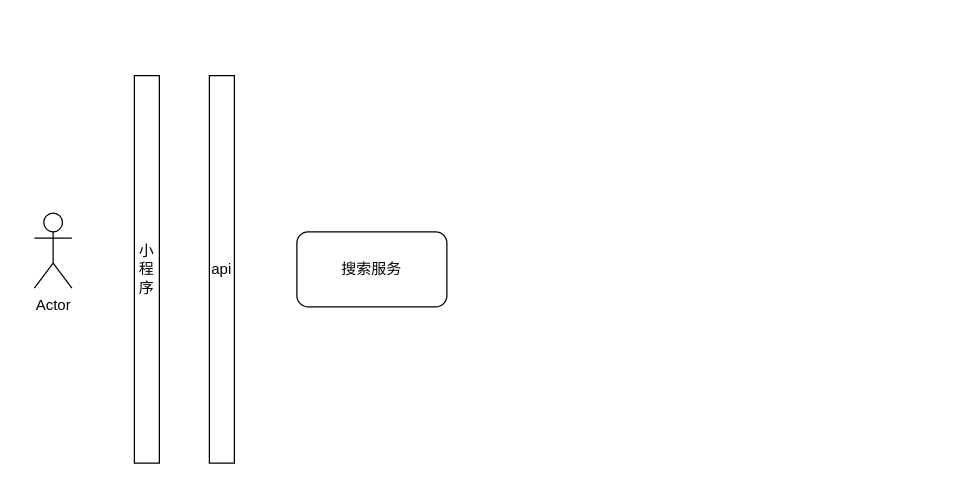
This is page "第 4 页" (4 of 5) of 晋升.drawio from VilaNan/tsxxx.github.io, a draw.io file, before an edit. Source tidied: cells renumbered, new cells numbered last; positions are measured from the earlier drawing's top-left corner, leaving out a move shared by most shapes. Both pictures are drawn from the tidied source at 125%, with x=0, y=0 at pixel (34, 75).
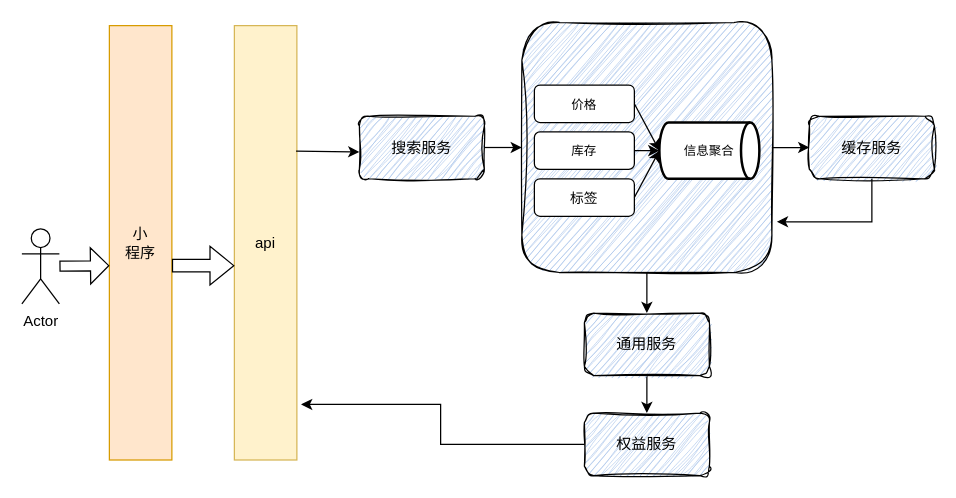
The same page after the edit.

Change to the diagram source:
```diff
@@
     <mxCell id="2" value="Actor" style="shape=umlActor;verticalLabelPosition=bottom;verticalAlign=top;html=1;" parent="1" vertex="1">
-      <mxGeometry y="110" width="30" height="60" as="geometry" />
+      <mxGeometry x="-10" y="122.5" width="30" height="60" as="geometry" />
     </mxCell>
-    <mxCell id="3" value="小&lt;div&gt;程序&lt;/div&gt;" style="rounded=0;whiteSpace=wrap;html=1;direction=south;" parent="1" vertex="1">
-      <mxGeometry x="80" width="20" height="310" as="geometry" />
+    <mxCell id="3" value="小&lt;div&gt;程序&lt;/div&gt;" style="rounded=0;whiteSpace=wrap;html=1;direction=south;fillColor=#ffe6cc;strokeColor=#d79b00;" parent="1" vertex="1">
+      <mxGeometry x="60" y="-40" width="50" height="347.5" as="geometry" />
     </mxCell>
-    <mxCell id="4" value="api" style="rounded=0;whiteSpace=wrap;html=1;direction=south;" parent="1" vertex="1">
-      <mxGeometry x="140" width="20" height="310" as="geometry" />
+    <mxCell id="4" value="api" style="rounded=0;whiteSpace=wrap;html=1;direction=south;fillColor=#fff2cc;strokeColor=#d6b656;" parent="1" vertex="1">
+      <mxGeometry x="160" y="-40" width="50" height="347.5" as="geometry" />
     </mxCell>
-    <mxCell id="5" value="搜索服务" style="rounded=1;whiteSpace=wrap;html=1;" parent="1" vertex="1">
-      <mxGeometry x="210" y="125" width="120" height="60" as="geometry" />
+    <mxCell id="5" value="搜索服务" style="rounded=1;whiteSpace=wrap;html=1;fillColor=#A9C4EB;sketch=1;curveFitting=1;jiggle=2;" parent="1" vertex="1">
+      <mxGeometry x="260" y="32.5" width="100" height="50" as="geometry" />
     </mxCell>
+    <mxCell id="6" style="edgeStyle=orthogonalEdgeStyle;rounded=0;jettySize=auto;html=1;" parent="1" edge="1" source="8" target="21">
+      <mxGeometry relative="1" as="geometry" />
+    </mxCell>
+    <mxCell id="7" style="edgeStyle=orthogonalEdgeStyle;rounded=0;jettySize=auto;html=1;" parent="1" edge="1" source="8" target="22">
+      <mxGeometry relative="1" as="geometry" />
+    </mxCell>
+    <mxCell id="8" style="whiteSpace=wrap;html=1;shadow=0;gradientColor=none;fillStyle=hatch;fillColor=#A9C4EB;gradientDirection=radial;rounded=1;glass=0;sketch=1;curveFitting=1;jiggle=2;" parent="1" vertex="1">
+      <mxGeometry x="390" y="-42.5" width="200" height="200" as="geometry" />
+    </mxCell>
+    <mxCell id="9" value="&lt;font style=&quot;font-size: 10px;&quot; face=&quot;Times New Roman&quot;&gt;价格&lt;/font&gt;" style="rounded=1;whiteSpace=wrap;html=1;" parent="1" vertex="1">
+      <mxGeometry x="400" y="7.5" width="80" height="30" as="geometry" />
+    </mxCell>
+    <mxCell id="10" value="&lt;font style=&quot;font-size: 10px;&quot; face=&quot;Times New Roman&quot;&gt;库存&lt;/font&gt;" style="rounded=1;whiteSpace=wrap;html=1;" parent="1" vertex="1">
+      <mxGeometry x="400" y="45" width="80" height="30" as="geometry" />
+    </mxCell>
+    <mxCell id="11" value="&lt;font style=&quot;font-size: 11px;&quot; face=&quot;Times New Roman&quot;&gt;标签&lt;/font&gt;" style="rounded=1;whiteSpace=wrap;html=1;" parent="1" vertex="1">
+      <mxGeometry x="400" y="82.5" width="80" height="30" as="geometry" />
+    </mxCell>
+    <mxCell id="12" value="&lt;font face=&quot;Times New Roman&quot; style=&quot;font-size: 10px;&quot;&gt;信息聚合&lt;/font&gt;" style="strokeWidth=2;html=1;shape=mxgraph.flowchart.direct_data;whiteSpace=wrap;" parent="1" vertex="1">
+      <mxGeometry x="500" y="37.5" width="80" height="45" as="geometry" />
+    </mxCell>
+    <mxCell id="13" style="endArrow=classic;html=1;rounded=0;exitX=1;exitY=0.5;exitDx=0;exitDy=0;entryX=0;entryY=0.5;entryDx=0;entryDy=0;entryPerimeter=0;" parent="1" edge="1" source="9" target="12">
+      <mxGeometry relative="1" as="geometry" />
+    </mxCell>
+    <mxCell id="14" style="endArrow=classic;html=1;rounded=0;exitX=1;exitY=0.5;exitDx=0;exitDy=0;entryX=0;entryY=0.5;entryDx=0;entryDy=0;entryPerimeter=0;" parent="1" edge="1" source="10" target="12">
+      <mxGeometry relative="1" as="geometry" />
+    </mxCell>
+    <mxCell id="15" style="endArrow=classic;html=1;rounded=0;entryX=0;entryY=0.5;entryDx=0;entryDy=0;entryPerimeter=0;exitX=1;exitY=0.5;exitDx=0;exitDy=0;" parent="1" edge="1" source="11" target="12">
+      <mxGeometry relative="1" as="geometry" />
+    </mxCell>
+    <mxCell id="16" style="shape=flexArrow;endArrow=classic;html=1;rounded=0;entryX=0.5;entryY=1;entryDx=0;entryDy=0;width=8;endSize=4.54;" parent="1" edge="1">
+      <mxGeometry relative="1" as="geometry">
+        <mxPoint x="20" y="152.5" as="sourcePoint" />
+        <mxPoint x="60" y="152" as="targetPoint" />
+      </mxGeometry>
+    </mxCell>
+    <mxCell id="17" style="shape=flexArrow;endArrow=classic;html=1;rounded=0;" parent="1" edge="1">
+      <mxGeometry relative="1" as="geometry">
+        <mxPoint x="110" y="152" as="sourcePoint" />
+        <mxPoint x="160" y="152" as="targetPoint" />
+      </mxGeometry>
+    </mxCell>
+    <mxCell id="18" style="endArrow=classic;html=1;rounded=0;exitX=0.289;exitY=0.013;exitDx=0;exitDy=0;exitPerimeter=0;" parent="1" edge="1" source="4">
+      <mxGeometry relative="1" as="geometry">
+        <mxPoint x="260" y="61" as="targetPoint" />
+      </mxGeometry>
+    </mxCell>
+    <mxCell id="19" style="endArrow=classic;html=1;rounded=0;exitX=1;exitY=0.5;exitDx=0;exitDy=0;entryX=0;entryY=0.5;entryDx=0;entryDy=0;" parent="1" edge="1" source="5" target="8">
+      <mxGeometry relative="1" as="geometry" />
+    </mxCell>
+    <mxCell id="20" style="edgeStyle=orthogonalEdgeStyle;rounded=0;jettySize=auto;html=1;" parent="1" edge="1" source="21">
+      <mxGeometry relative="1" as="geometry">
+        <mxPoint x="490" y="270" as="targetPoint" />
+      </mxGeometry>
+    </mxCell>
+    <mxCell id="21" value="通用服务" style="whiteSpace=wrap;html=1;fillColor=#A9C4EB;shadow=0;gradientColor=none;fillStyle=hatch;gradientDirection=radial;rounded=1;glass=0;sketch=1;curveFitting=1;jiggle=2;" parent="1" vertex="1">
+      <mxGeometry x="440" y="190" width="100" height="50" as="geometry" />
+    </mxCell>
+    <mxCell id="22" value="缓存服务" style="whiteSpace=wrap;html=1;fillColor=#A9C4EB;shadow=0;gradientColor=none;fillStyle=hatch;gradientDirection=radial;rounded=1;glass=0;sketch=1;curveFitting=1;jiggle=2;" parent="1" vertex="1">
+      <mxGeometry x="620" y="32.5" width="100" height="50" as="geometry" />
+    </mxCell>
+    <mxCell id="23" style="edgeStyle=orthogonalEdgeStyle;rounded=0;jettySize=auto;html=1;entryX=1.02;entryY=0.797;entryDx=0;entryDy=0;entryPerimeter=0;" parent="1" edge="1" source="22" target="8">
+      <mxGeometry relative="1" as="geometry">
+        <Array as="points">
+          <mxPoint x="670" y="117" />
+        </Array>
+      </mxGeometry>
+    </mxCell>
+    <mxCell id="24" value="权益服务" style="whiteSpace=wrap;html=1;fillColor=#A9C4EB;shadow=0;gradientColor=none;fillStyle=hatch;gradientDirection=radial;rounded=1;glass=0;sketch=1;curveFitting=1;jiggle=2;" parent="1" vertex="1">
+      <mxGeometry x="440" y="270" width="100" height="50" as="geometry" />
+    </mxCell>
+    <mxCell id="25" style="edgeStyle=orthogonalEdgeStyle;rounded=0;jettySize=auto;html=1;entryX=0.872;entryY=-0.067;entryDx=0;entryDy=0;entryPerimeter=0;" parent="1" edge="1" source="24" target="4">
+      <mxGeometry relative="1" as="geometry" />
+    </mxCell>
```
